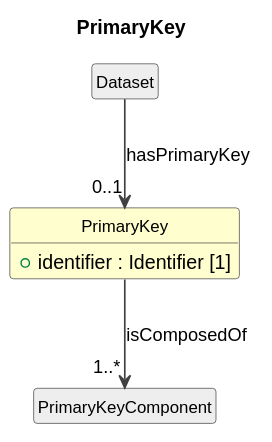
This is cdif-uml-model/_plantuml/cdifDataDescription/Classes/PrimaryKey.svg from Cross-Domain-Interoperability-Framework/metadataBuildingBlocks, a PlantUML export, as it was before one commit. Its diagram source:
```plantuml
@startuml
title PrimaryKey
hide circle
hide empty members
skinparam shadowing false
skinparam ArrowThickness 1.2
skinparam class {
  ArrowColor #404040
  BorderColor #404040
  FontSize 12
}

class "PrimaryKey" as PrimaryKey #FEFECE {
  +identifier : Identifier [1]
}
class "PrimaryKeyComponent" as PrimaryKeyComponent #EEEEEE
PrimaryKey --> "1..*" PrimaryKeyComponent : isComposedOf
class "Dataset" as Dataset #EEEEEE
Dataset --> "0..1" PrimaryKey : hasPrimaryKey
@enduml
```
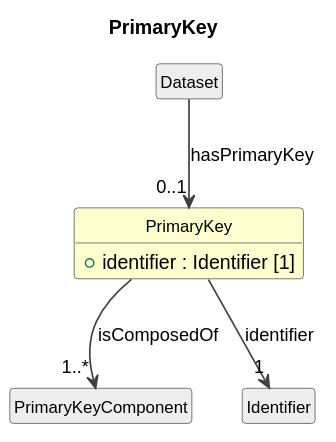
Later version of the same file.

The edit, as a diff of the source:
```diff
@@ -17,4 +17,6 @@
 PrimaryKey --> "1..*" PrimaryKeyComponent : isComposedOf
 class "Dataset" as Dataset #EEEEEE
 Dataset --> "0..1" PrimaryKey : hasPrimaryKey
+class "Identifier" as Identifier #EEEEEE
+PrimaryKey --> "1" Identifier : identifier
 @enduml
```
